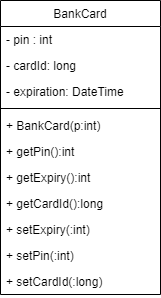
The draw.io diagram schema/bcard.png in deeperj/rust, before a commit. Source tidied: cells renumbered, new cells last; positions are measured from the earlier drawing's top-left corner, leaving out a move shared by most shapes. Its diagram source:
```xml
<mxGraphModel>
  <root>
    <mxCell id="0" />
    <mxCell id="1" parent="0" />
    <mxCell id="2" value="BankCard" style="swimlane;fontStyle=0;align=center;verticalAlign=top;horizontal=1;startSize=26;rounded=0;shadow=0;strokeWidth=1;" parent="1" vertex="1">
      <mxGeometry width="160" height="294" as="geometry" />
    </mxCell>
    <mxCell id="3" value="- pin : int" style="text;align=left;verticalAlign=top;spacingLeft=4;spacingRight=4;overflow=hidden;" parent="2" vertex="1">
      <mxGeometry y="26" width="160" height="26" as="geometry" />
    </mxCell>
    <mxCell id="4" value="- cardId: long" style="text;align=left;verticalAlign=top;spacingLeft=4;spacingRight=4;overflow=hidden;rounded=0;shadow=0;html=0;" parent="2" vertex="1">
      <mxGeometry y="52" width="160" height="26" as="geometry" />
    </mxCell>
    <mxCell id="5" value="- expiration: DateTime" style="text;align=left;verticalAlign=top;spacingLeft=4;spacingRight=4;overflow=hidden;rounded=0;shadow=0;html=0;" parent="2" vertex="1">
      <mxGeometry y="78" width="160" height="26" as="geometry" />
    </mxCell>
    <mxCell id="6" style="line;html=1;strokeWidth=1;align=left;verticalAlign=middle;spacingTop=-1;spacingLeft=3;spacingRight=3;labelPosition=right;" parent="2" vertex="1">
      <mxGeometry y="104" width="160" height="8" as="geometry" />
    </mxCell>
    <mxCell id="7" value="+ BankCard(p:int)" style="text;align=left;verticalAlign=top;spacingLeft=4;spacingRight=4;overflow=hidden;" parent="2" vertex="1">
      <mxGeometry y="112" width="160" height="26" as="geometry" />
    </mxCell>
    <mxCell id="8" value="+ getPin():int" style="text;align=left;verticalAlign=top;spacingLeft=4;spacingRight=4;overflow=hidden;" parent="2" vertex="1">
      <mxGeometry y="138" width="160" height="26" as="geometry" />
    </mxCell>
    <mxCell id="9" value="+ getExpiry():int" style="text;align=left;verticalAlign=top;spacingLeft=4;spacingRight=4;overflow=hidden;" parent="2" vertex="1">
      <mxGeometry y="164" width="160" height="26" as="geometry" />
    </mxCell>
    <mxCell id="10" value="+ getCardId():long" style="text;align=left;verticalAlign=top;spacingLeft=4;spacingRight=4;overflow=hidden;" parent="2" vertex="1">
      <mxGeometry y="190" width="160" height="26" as="geometry" />
    </mxCell>
    <mxCell id="11" value="+ setExpiry(:int)" style="text;align=left;verticalAlign=top;spacingLeft=4;spacingRight=4;overflow=hidden;" parent="2" vertex="1">
      <mxGeometry y="216" width="160" height="26" as="geometry" />
    </mxCell>
    <mxCell id="12" value="+ setPin(:int)" style="text;align=left;verticalAlign=top;spacingLeft=4;spacingRight=4;overflow=hidden;" parent="2" vertex="1">
      <mxGeometry y="242" width="160" height="26" as="geometry" />
    </mxCell>
    <mxCell id="13" value="+ setCardId(:long)" style="text;align=left;verticalAlign=top;spacingLeft=4;spacingRight=4;overflow=hidden;" parent="2" vertex="1">
      <mxGeometry y="268" width="160" height="26" as="geometry" />
    </mxCell>
  </root>
</mxGraphModel>
```
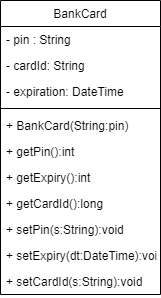
The same file after the commit.

Change to the diagram source:
```diff
@@ -1,25 +1,25 @@
 <mxGraphModel>
   <root>
-    <mxCell id="0" />
-    <mxCell id="1" parent="0" />
+    <mxCell id="14" />
+    <mxCell id="15" parent="14" />
-    <mxCell id="2" value="BankCard" style="swimlane;fontStyle=0;align=center;verticalAlign=top;horizontal=1;startSize=26;rounded=0;shadow=0;strokeWidth=1;" parent="1" vertex="1">
+    <mxCell id="2" value="BankCard" style="swimlane;fontStyle=0;align=center;verticalAlign=top;horizontal=1;startSize=26;rounded=0;shadow=0;strokeWidth=1;" parent="15" vertex="1">
       <mxGeometry width="160" height="294" as="geometry" />
     </mxCell>
-    <mxCell id="3" value="- pin : int" style="text;align=left;verticalAlign=top;spacingLeft=4;spacingRight=4;overflow=hidden;" parent="2" vertex="1">
-      <mxGeometry y="26" width="160" height="26" as="geometry" />
-    </mxCell>
-    <mxCell id="4" value="- cardId: long" style="text;align=left;verticalAlign=top;spacingLeft=4;spacingRight=4;overflow=hidden;rounded=0;shadow=0;html=0;" parent="2" vertex="1">
-      <mxGeometry y="52" width="160" height="26" as="geometry" />
-    </mxCell>
+    <mxCell id="16" value="- pin : String" style="text;align=left;verticalAlign=top;spacingLeft=4;spacingRight=4;overflow=hidden;" parent="2" vertex="1">
+      <mxGeometry y="26" width="160" height="26" as="geometry" />
+    </mxCell>
+    <mxCell id="17" value="- cardId: String" style="text;align=left;verticalAlign=top;spacingLeft=4;spacingRight=4;overflow=hidden;rounded=0;shadow=0;html=0;" parent="2" vertex="1">
+      <mxGeometry y="52" width="160" height="26" as="geometry" />
+    </mxCell>
     <mxCell id="5" value="- expiration: DateTime" style="text;align=left;verticalAlign=top;spacingLeft=4;spacingRight=4;overflow=hidden;rounded=0;shadow=0;html=0;" parent="2" vertex="1">
       <mxGeometry y="78" width="160" height="26" as="geometry" />
     </mxCell>
     <mxCell id="6" style="line;html=1;strokeWidth=1;align=left;verticalAlign=middle;spacingTop=-1;spacingLeft=3;spacingRight=3;labelPosition=right;" parent="2" vertex="1">
       <mxGeometry y="104" width="160" height="8" as="geometry" />
     </mxCell>
-    <mxCell id="7" value="+ BankCard(p:int)" style="text;align=left;verticalAlign=top;spacingLeft=4;spacingRight=4;overflow=hidden;" parent="2" vertex="1">
-      <mxGeometry y="112" width="160" height="26" as="geometry" />
-    </mxCell>
+    <mxCell id="18" value="+ BankCard(String:pin)" style="text;align=left;verticalAlign=top;spacingLeft=4;spacingRight=4;overflow=hidden;" parent="2" vertex="1">
+      <mxGeometry y="112" width="160" height="26" as="geometry" />
+    </mxCell>
     <mxCell id="8" value="+ getPin():int" style="text;align=left;verticalAlign=top;spacingLeft=4;spacingRight=4;overflow=hidden;" parent="2" vertex="1">
       <mxGeometry y="138" width="160" height="26" as="geometry" />
     </mxCell>
@@ -29,14 +29,14 @@
     <mxCell id="10" value="+ getCardId():long" style="text;align=left;verticalAlign=top;spacingLeft=4;spacingRight=4;overflow=hidden;" parent="2" vertex="1">
       <mxGeometry y="190" width="160" height="26" as="geometry" />
     </mxCell>
-    <mxCell id="11" value="+ setExpiry(:int)" style="text;align=left;verticalAlign=top;spacingLeft=4;spacingRight=4;overflow=hidden;" parent="2" vertex="1">
-      <mxGeometry y="216" width="160" height="26" as="geometry" />
-    </mxCell>
-    <mxCell id="12" value="+ setPin(:int)" style="text;align=left;verticalAlign=top;spacingLeft=4;spacingRight=4;overflow=hidden;" parent="2" vertex="1">
-      <mxGeometry y="242" width="160" height="26" as="geometry" />
-    </mxCell>
-    <mxCell id="13" value="+ setCardId(:long)" style="text;align=left;verticalAlign=top;spacingLeft=4;spacingRight=4;overflow=hidden;" parent="2" vertex="1">
-      <mxGeometry y="268" width="160" height="26" as="geometry" />
-    </mxCell>
+    <mxCell id="19" value="+ setPin(s:String):void" style="text;align=left;verticalAlign=top;spacingLeft=4;spacingRight=4;overflow=hidden;" parent="2" vertex="1">
+      <mxGeometry y="216" width="160" height="26" as="geometry" />
+    </mxCell>
+    <mxCell id="20" value="+ setExpiry(dt:DateTime):void" style="text;align=left;verticalAlign=top;spacingLeft=4;spacingRight=4;overflow=hidden;" parent="2" vertex="1">
+      <mxGeometry y="242" width="160" height="26" as="geometry" />
+    </mxCell>
+    <mxCell id="21" value="+ setCardId(s:String):void" style="text;align=left;verticalAlign=top;spacingLeft=4;spacingRight=4;overflow=hidden;" parent="2" vertex="1">
+      <mxGeometry y="268" width="160" height="26" as="geometry" />
+    </mxCell>
   </root>
 </mxGraphModel>
```
